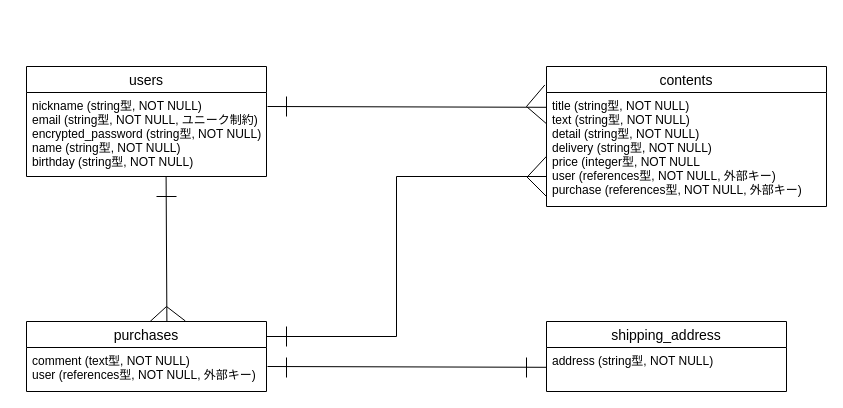
volleyboo/furima-37823 keeps this draw.io diagram as ER図.dio. Above is the earlier version. Source tidied: cells renumbered, new cells numbered last; positions are measured from the earlier drawing's top-left corner, leaving out a move shared by most shapes. Both pictures are drawn from the tidied source at 100%, with x=0, y=0 at pixel (26, 66).
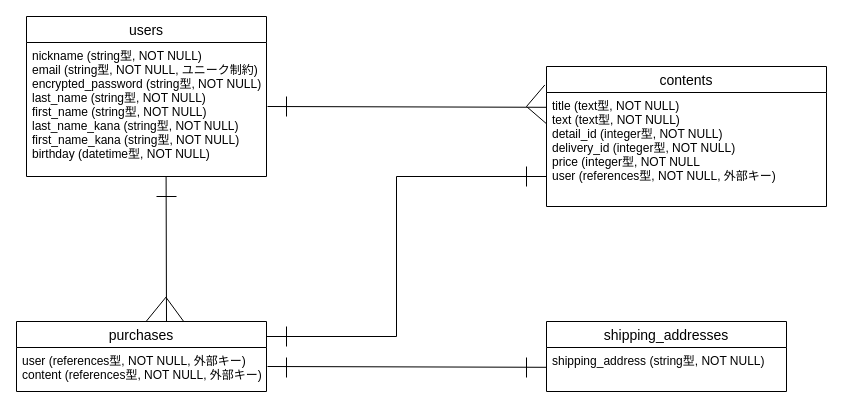
After the change.

The change refers to these unchanged cells:
```xml
<mxCell id="4" value="contents" style="swimlane;fontStyle=0;horizontal=1;startSize=26;align=center;fontSize=14;" parent="1" vertex="1">
  <mxGeometry x="520" width="280" height="140" as="geometry" />
</mxCell>
```

What changed in the source:
```diff
@@
     <mxCell id="2" value="users" style="swimlane;fontStyle=0;horizontal=1;startSize=26;align=center;fontSize=14;" parent="1" vertex="1">
-      <mxGeometry width="240" height="110" as="geometry" />
+      <mxGeometry y="-50" width="240" height="160" as="geometry" />
     </mxCell>
-    <mxCell id="3" value="nickname (string型, NOT NULL)&#10;email (string型, NOT NULL, ユニーク制約)&#10;encrypted_password (string型, NOT NULL)&#10;name (string型, NOT NULL)&#10;birthday (string型, NOT NULL)" style="text;strokeColor=none;fillColor=none;spacingLeft=4;spacingRight=4;overflow=hidden;fontSize=12;" parent="2" vertex="1">
-      <mxGeometry y="26" width="240" height="84" as="geometry" />
+    <mxCell id="3" value="nickname (string型, NOT NULL)&#10;email (string型, NOT NULL, ユニーク制約)&#10;encrypted_password (string型, NOT NULL)&#10;last_name (string型, NOT NULL)&#10;first_name (string型, NOT NULL)&#10;last_name_kana (string型, NOT NULL)&#10;first_name_kana (string型, NOT NULL)&#10;birthday (datetime型, NOT NULL)" style="text;strokeColor=none;fillColor=none;spacingLeft=4;spacingRight=4;overflow=hidden;fontSize=12;" parent="2" vertex="1">
+      <mxGeometry y="26" width="240" height="134" as="geometry" />
     </mxCell>
@@
-    <mxCell id="5" value="title (string型, NOT NULL)&#10;text (string型, NOT NULL)&#10;detail (string型, NOT NULL)&#10;delivery (string型, NOT NULL)&#10;price (integer型, NOT NULL&#10;user (references型, NOT NULL, 外部キー)&#10;purchase (references型, NOT NULL, 外部キー)" style="text;strokeColor=none;fillColor=none;spacingLeft=4;spacingRight=4;overflow=hidden;points=[[0,0.5],[1,0.5]];portConstraint=eastwest;fontSize=12;" parent="4" vertex="1">
+    <mxCell id="5" value="title (text型, NOT NULL)&#10;text (text型, NOT NULL)&#10;detail_id (integer型, NOT NULL)&#10;delivery_id (integer型, NOT NULL)&#10;price (integer型, NOT NULL&#10;user (references型, NOT NULL, 外部キー)" style="text;strokeColor=none;fillColor=none;spacingLeft=4;spacingRight=4;overflow=hidden;points=[[0,0.5],[1,0.5]];portConstraint=eastwest;fontSize=12;" parent="4" vertex="1">
       <mxGeometry y="26" width="280" height="114" as="geometry" />
     </mxCell>
-    <mxCell id="6" style="endArrow=none;html=1;entryX=0;entryY=0.274;entryDx=0;entryDy=0;entryPerimeter=0;" parent="4" edge="1">
-      <mxGeometry relative="1" as="geometry">
-        <mxPoint x="-20" y="110" as="sourcePoint" />
-        <mxPoint y="130" as="targetPoint" />
-      </mxGeometry>
-    </mxCell>
     <mxCell id="7" value="purchases" style="swimlane;fontStyle=0;horizontal=1;startSize=26;align=center;fontSize=14;" parent="1" vertex="1">
-      <mxGeometry y="255" width="240" height="70" as="geometry" />
+      <mxGeometry x="-10" y="255" width="250" height="70" as="geometry" />
     </mxCell>
-    <mxCell id="8" value="comment (text型, NOT NULL)&#10;user (references型, NOT NULL, 外部キー)&#10;" style="text;strokeColor=none;fillColor=none;spacingLeft=4;spacingRight=4;overflow=hidden;fontSize=12;" parent="7" vertex="1">
-      <mxGeometry y="26" width="240" height="44" as="geometry" />
+    <mxCell id="8" value="user (references型, NOT NULL, 外部キー)&#10;content (references型, NOT NULL, 外部キー)&#10;" style="text;strokeColor=none;fillColor=none;spacingLeft=4;spacingRight=4;overflow=hidden;fontSize=12;" parent="7" vertex="1">
+      <mxGeometry y="26" width="250" height="44" as="geometry" />
     </mxCell>
-    <mxCell id="9" value="shipping_address" style="swimlane;fontStyle=0;horizontal=1;startSize=26;align=center;fontSize=14;" parent="1" vertex="1">
+    <mxCell id="9" value="shipping_addresses" style="swimlane;fontStyle=0;horizontal=1;startSize=26;align=center;fontSize=14;" parent="1" vertex="1">
       <mxGeometry x="520" y="255" width="240" height="70" as="geometry" />
     </mxCell>
-    <mxCell id="10" value="address (string型, NOT NULL)" style="text;strokeColor=none;fillColor=none;spacingLeft=4;spacingRight=4;overflow=hidden;fontSize=12;" parent="9" vertex="1">
+    <mxCell id="10" value="shipping_address (string型, NOT NULL)" style="text;strokeColor=none;fillColor=none;spacingLeft=4;spacingRight=4;overflow=hidden;fontSize=12;" parent="9" vertex="1">
       <mxGeometry y="26" width="240" height="44" as="geometry" />
     </mxCell>
-    <mxCell id="11" style="endArrow=none;html=1;exitX=0.585;exitY=0;exitDx=0;exitDy=0;exitPerimeter=0;" parent="1" edge="1" source="7">
+    <mxCell id="11" style="endArrow=none;html=1;exitX=0.6;exitY=0.001;exitDx=0;exitDy=0;exitPerimeter=0;" parent="1" edge="1" source="7">
       <mxGeometry relative="1" as="geometry">
         <mxPoint x="139.6" y="110" as="targetPoint" />
       </mxGeometry>
     </mxCell>
@@
-    <mxCell id="24" style="endArrow=none;html=1;entryX=0;entryY=0.274;entryDx=0;entryDy=0;entryPerimeter=0;exitX=-0.006;exitY=0.132;exitDx=0;exitDy=0;exitPerimeter=0;" parent="1" edge="1">
-      <mxGeometry relative="1" as="geometry">
-        <mxPoint x="520" y="89.8" as="sourcePoint" />
-        <mxPoint x="501.2" y="110" as="targetPoint" />
-      </mxGeometry>
-    </mxCell>
-    <mxCell id="25" style="endArrow=none;html=1;exitX=0.515;exitY=0;exitDx=0;exitDy=0;exitPerimeter=0;" parent="1" edge="1" source="7">
-      <mxGeometry relative="1" as="geometry">
-        <mxPoint x="140" y="240" as="targetPoint" />
-      </mxGeometry>
-    </mxCell>
-    <mxCell id="26" style="endArrow=none;html=1;entryX=0.662;entryY=-0.007;entryDx=0;entryDy=0;entryPerimeter=0;" parent="1" edge="1" target="7">
-      <mxGeometry relative="1" as="geometry">
-        <mxPoint x="140" y="240" as="sourcePoint" />
-      </mxGeometry>
-    </mxCell>
+    <mxCell id="27" style="endArrow=none;html=1;" parent="1" edge="1">
+      <mxGeometry relative="1" as="geometry">
+        <mxPoint x="500" y="100" as="sourcePoint" />
+        <mxPoint x="500" y="120" as="targetPoint" />
+      </mxGeometry>
+    </mxCell>
+    <mxCell id="28" style="endArrow=none;html=1;entryX=0;entryY=0.274;entryDx=0;entryDy=0;entryPerimeter=0;" parent="1" edge="1">
+      <mxGeometry relative="1" as="geometry">
+        <mxPoint x="140" y="230" as="sourcePoint" />
+        <mxPoint x="120" y="254.5" as="targetPoint" />
+      </mxGeometry>
+    </mxCell>
+    <mxCell id="29" style="endArrow=none;html=1;entryX=0;entryY=0.274;entryDx=0;entryDy=0;entryPerimeter=0;exitX=0.669;exitY=0.001;exitDx=0;exitDy=0;exitPerimeter=0;" parent="1" edge="1" source="7">
+      <mxGeometry relative="1" as="geometry">
+        <mxPoint x="140" y="231.5" as="targetPoint" />
+      </mxGeometry>
+    </mxCell>
```
